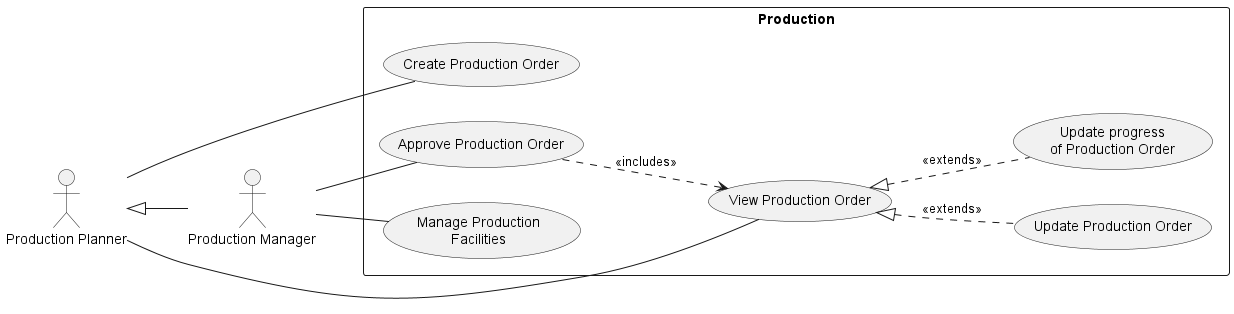
This is use-cases/Production.png from phihungha/scmss-reqs, a PlantUML export, as it was before one commit.
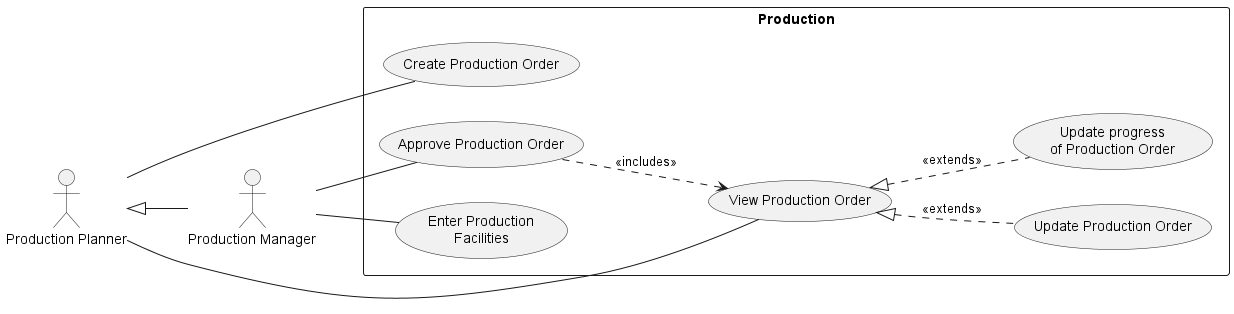
The same file after the commit.

Diff of the diagram source:
```diff
@@ -14,6 +14,6 @@
   pm -- (Approve Production Order)
   (Approve Production Order) ..> (View Production Order) : <<includes>>
 
-  pm -- (Manage Production\nFacilities)
+  pm -- (Enter Production\nFacilities)
 }
 @enduml
```
